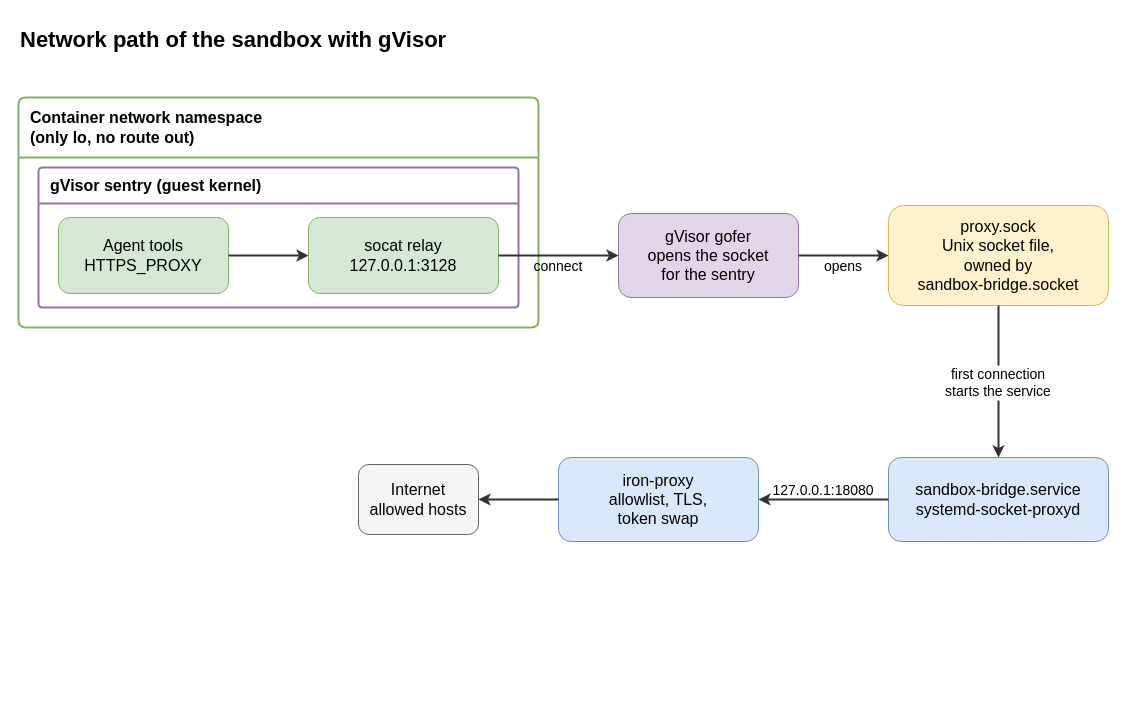
Earlier version of the draw.io diagram .sandbox/docs/diagrams/sandbox-network.drawio (raghav19/engineersdaybook). Source tidied: cells renumbered, new cells numbered last; positions are measured from the earlier drawing's top-left corner, leaving out a move shared by most shapes. Both pictures are drawn from the tidied source at 100%, with x=0, y=0 at pixel (18, 17).
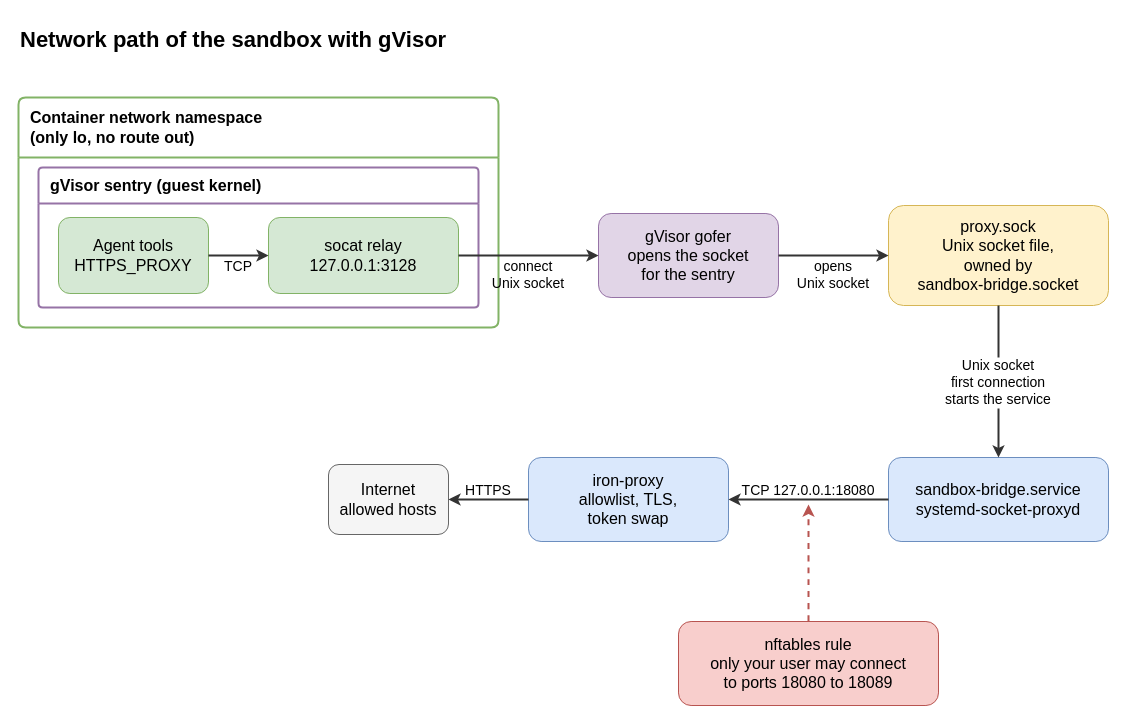
After the change.

Unchanged cells that the change refers to:
```xml
<mxCell id="8" value="proxy.sock&#10;Unix socket file,&#10;owned by&#10;sandbox-bridge.socket" style="rounded=1;whiteSpace=wrap;html=0;fontSize=16;fillColor=#fff2cc;strokeColor=#d6b656;" parent="1" vertex="1">
  <mxGeometry x="870" y="188" width="220" height="100" as="geometry" />
</mxCell>
<mxCell id="9" value="sandbox-bridge.service&#10;systemd-socket-proxyd" style="rounded=1;whiteSpace=wrap;html=0;fontSize=16;fillColor=#dae8fc;strokeColor=#6c8ebf;" parent="1" vertex="1">
  <mxGeometry x="870" y="440" width="220" height="84" as="geometry" />
</mxCell>
```

What changed in the source:
```diff
@@
     <mxCell id="3" value="Container network namespace&#10;(only lo, no route out)" style="swimlane;rounded=1;arcSize=4;startSize=60;whiteSpace=wrap;html=0;fontSize=16;fillColor=#ffffff;strokeColor=#82b366;align=left;spacingLeft=10;strokeWidth=2;" parent="1" vertex="1">
-      <mxGeometry y="80" width="520" height="230" as="geometry" />
+      <mxGeometry y="80" width="480" height="230" as="geometry" />
     </mxCell>
     <mxCell id="4" value="gVisor sentry (guest kernel)" style="swimlane;rounded=1;arcSize=4;startSize=36;whiteSpace=wrap;html=0;fontSize=16;fillColor=#ffffff;strokeColor=#9673a6;align=left;spacingLeft=10;strokeWidth=2;" parent="1" vertex="1">
-      <mxGeometry x="20" y="150" width="480" height="140" as="geometry" />
+      <mxGeometry x="20" y="150" width="440" height="140" as="geometry" />
     </mxCell>
     <mxCell id="5" value="Agent tools&#10;HTTPS_PROXY" style="rounded=1;whiteSpace=wrap;html=0;fontSize=16;fillColor=#d5e8d4;strokeColor=#82b366;" parent="1" vertex="1">
-      <mxGeometry x="40" y="200" width="170" height="76" as="geometry" />
+      <mxGeometry x="40" y="200" width="150" height="76" as="geometry" />
     </mxCell>
     <mxCell id="6" value="socat relay&#10;127.0.0.1:3128" style="rounded=1;whiteSpace=wrap;html=0;fontSize=16;fillColor=#d5e8d4;strokeColor=#82b366;" parent="1" vertex="1">
-      <mxGeometry x="290" y="200" width="190" height="76" as="geometry" />
+      <mxGeometry x="250" y="200" width="190" height="76" as="geometry" />
     </mxCell>
     <mxCell id="7" value="gVisor gofer&#10;opens the socket&#10;for the sentry" style="rounded=1;whiteSpace=wrap;html=0;fontSize=16;fillColor=#e1d5e7;strokeColor=#9673a6;" parent="1" vertex="1">
-      <mxGeometry x="600" y="196" width="180" height="84" as="geometry" />
+      <mxGeometry x="580" y="196" width="180" height="84" as="geometry" />
     </mxCell>
@@
     <mxCell id="10" value="iron-proxy&#10;allowlist, TLS,&#10;token swap" style="rounded=1;whiteSpace=wrap;html=0;fontSize=16;fillColor=#dae8fc;strokeColor=#6c8ebf;" parent="1" vertex="1">
-      <mxGeometry x="540" y="440" width="200" height="84" as="geometry" />
+      <mxGeometry x="510" y="440" width="200" height="84" as="geometry" />
     </mxCell>
     <mxCell id="11" value="Internet&#10;allowed hosts" style="rounded=1;whiteSpace=wrap;html=0;fontSize=16;fillColor=#f5f5f5;strokeColor=#666666;" parent="1" vertex="1">
-      <mxGeometry x="340" y="447" width="120" height="70" as="geometry" />
+      <mxGeometry x="310" y="447" width="120" height="70" as="geometry" />
     </mxCell>
+    <mxCell id="18" value="nftables rule&#10;only your user may connect&#10;to ports 18080 to 18089" style="rounded=1;whiteSpace=wrap;html=0;fontSize=16;fillColor=#f8cecc;strokeColor=#b85450;" parent="1" vertex="1">
+      <mxGeometry x="660" y="604" width="260" height="84" as="geometry" />
+    </mxCell>
-    <mxCell id="12" style="edgeStyle=orthogonalEdgeStyle;rounded=1;curved=1;html=0;labelBackgroundColor=none;defaultLabelBackgroundColor=gap;fontSize=14;strokeWidth=2;strokeColor=#333333;exitX=1.0;exitY=0.5;exitDx=0;exitDy=0;entryX=0.0;entryY=0.5;entryDx=0;entryDy=0;" parent="1" edge="1" source="5" target="6">
-      <mxGeometry relative="1" as="geometry" />
+    <mxCell id="12" value="TCP" style="edgeStyle=orthogonalEdgeStyle;rounded=1;curved=1;html=0;labelBackgroundColor=none;defaultLabelBackgroundColor=gap;fontSize=14;strokeWidth=2;strokeColor=#333333;exitX=1.0;exitY=0.5;exitDx=0;exitDy=0;entryX=0.0;entryY=0.5;entryDx=0;entryDy=0;" parent="1" edge="1" source="5" target="6">
+      <mxGeometry y="-10" relative="1" as="geometry" />
     </mxCell>
-    <mxCell id="13" value="connect" style="edgeStyle=orthogonalEdgeStyle;rounded=1;curved=1;html=0;labelBackgroundColor=none;defaultLabelBackgroundColor=gap;fontSize=14;strokeWidth=2;strokeColor=#333333;exitX=1.0;exitY=0.5;exitDx=0;exitDy=0;entryX=0.0;entryY=0.5;entryDx=0;entryDy=0;" parent="1" edge="1" source="6" target="7">
-      <mxGeometry y="-10" relative="1" as="geometry" />
+    <mxCell id="13" value="connect&#10;Unix socket" style="edgeStyle=orthogonalEdgeStyle;rounded=1;curved=1;html=0;labelBackgroundColor=none;defaultLabelBackgroundColor=gap;fontSize=14;strokeWidth=2;strokeColor=#333333;exitX=1.0;exitY=0.5;exitDx=0;exitDy=0;entryX=0.0;entryY=0.5;entryDx=0;entryDy=0;" parent="1" edge="1" source="6" target="7">
+      <mxGeometry y="-18" relative="1" as="geometry" />
     </mxCell>
-    <mxCell id="14" value="opens" style="edgeStyle=orthogonalEdgeStyle;rounded=1;curved=1;html=0;labelBackgroundColor=none;defaultLabelBackgroundColor=gap;fontSize=14;strokeWidth=2;strokeColor=#333333;exitX=1.0;exitY=0.5;exitDx=0;exitDy=0;entryX=0.0;entryY=0.5;entryDx=0;entryDy=0;" parent="1" edge="1" source="7" target="8">
-      <mxGeometry y="-10" relative="1" as="geometry" />
+    <mxCell id="14" value="opens&#10;Unix socket" style="edgeStyle=orthogonalEdgeStyle;rounded=1;curved=1;html=0;labelBackgroundColor=none;defaultLabelBackgroundColor=gap;fontSize=14;strokeWidth=2;strokeColor=#333333;exitX=1.0;exitY=0.5;exitDx=0;exitDy=0;entryX=0.0;entryY=0.5;entryDx=0;entryDy=0;" parent="1" edge="1" source="7" target="8">
+      <mxGeometry y="-18" relative="1" as="geometry" />
     </mxCell>
-    <mxCell id="15" value="first connection&#10;starts the service" style="edgeStyle=orthogonalEdgeStyle;rounded=1;curved=1;html=0;labelBackgroundColor=default;defaultLabelBackgroundColor=gap;fontSize=14;strokeWidth=2;strokeColor=#333333;exitX=0.5;exitY=1.0;exitDx=0;exitDy=0;entryX=0.5;entryY=0.0;entryDx=0;entryDy=0;" parent="1" edge="1" source="8" target="9">
+    <mxCell id="15" value="Unix socket&#10;first connection&#10;starts the service" style="edgeStyle=orthogonalEdgeStyle;rounded=1;curved=1;html=0;labelBackgroundColor=default;defaultLabelBackgroundColor=gap;fontSize=14;strokeWidth=2;strokeColor=#333333;exitX=0.5;exitY=1.0;exitDx=0;exitDy=0;entryX=0.5;entryY=0.0;entryDx=0;entryDy=0;" parent="1" edge="1" source="8" target="9">
       <mxGeometry relative="1" as="geometry" />
     </mxCell>
-    <mxCell id="16" value="127.0.0.1:18080" style="edgeStyle=orthogonalEdgeStyle;rounded=1;curved=1;html=0;labelBackgroundColor=none;defaultLabelBackgroundColor=gap;fontSize=14;strokeWidth=2;strokeColor=#333333;exitX=0.0;exitY=0.5;exitDx=0;exitDy=0;entryX=1.0;entryY=0.5;entryDx=0;entryDy=0;" parent="1" edge="1" source="9" target="10">
+    <mxCell id="16" value="TCP 127.0.0.1:18080" style="edgeStyle=orthogonalEdgeStyle;rounded=1;curved=1;html=0;labelBackgroundColor=none;defaultLabelBackgroundColor=gap;fontSize=14;strokeWidth=2;strokeColor=#333333;exitX=0.0;exitY=0.5;exitDx=0;exitDy=0;entryX=1.0;entryY=0.5;entryDx=0;entryDy=0;" parent="1" edge="1" source="9" target="10">
       <mxGeometry y="-10" relative="1" as="geometry" />
     </mxCell>
-    <mxCell id="17" style="edgeStyle=orthogonalEdgeStyle;rounded=1;curved=1;html=0;labelBackgroundColor=none;defaultLabelBackgroundColor=gap;fontSize=14;strokeWidth=2;strokeColor=#333333;exitX=0.0;exitY=0.5;exitDx=0;exitDy=0;entryX=1.0;entryY=0.5;entryDx=0;entryDy=0;" parent="1" edge="1" source="10" target="11">
-      <mxGeometry relative="1" as="geometry" />
+    <mxCell id="17" value="HTTPS" style="edgeStyle=orthogonalEdgeStyle;rounded=1;curved=1;html=0;labelBackgroundColor=none;defaultLabelBackgroundColor=gap;fontSize=14;strokeWidth=2;strokeColor=#333333;exitX=0.0;exitY=0.5;exitDx=0;exitDy=0;entryX=1.0;entryY=0.5;entryDx=0;entryDy=0;" parent="1" edge="1" source="10" target="11">
+      <mxGeometry y="-10" relative="1" as="geometry" />
     </mxCell>
+    <mxCell id="19" style="edgeStyle=orthogonalEdgeStyle;rounded=1;curved=1;html=0;dashed=1;fontSize=14;strokeWidth=2;strokeColor=#b85450;exitX=0.5;exitY=0.0;exitDx=0;exitDy=0;" parent="1" edge="1" source="18">
+      <mxGeometry relative="1" as="geometry">
+        <mxPoint x="790" y="487" as="targetPoint" />
+      </mxGeometry>
+    </mxCell>
```
